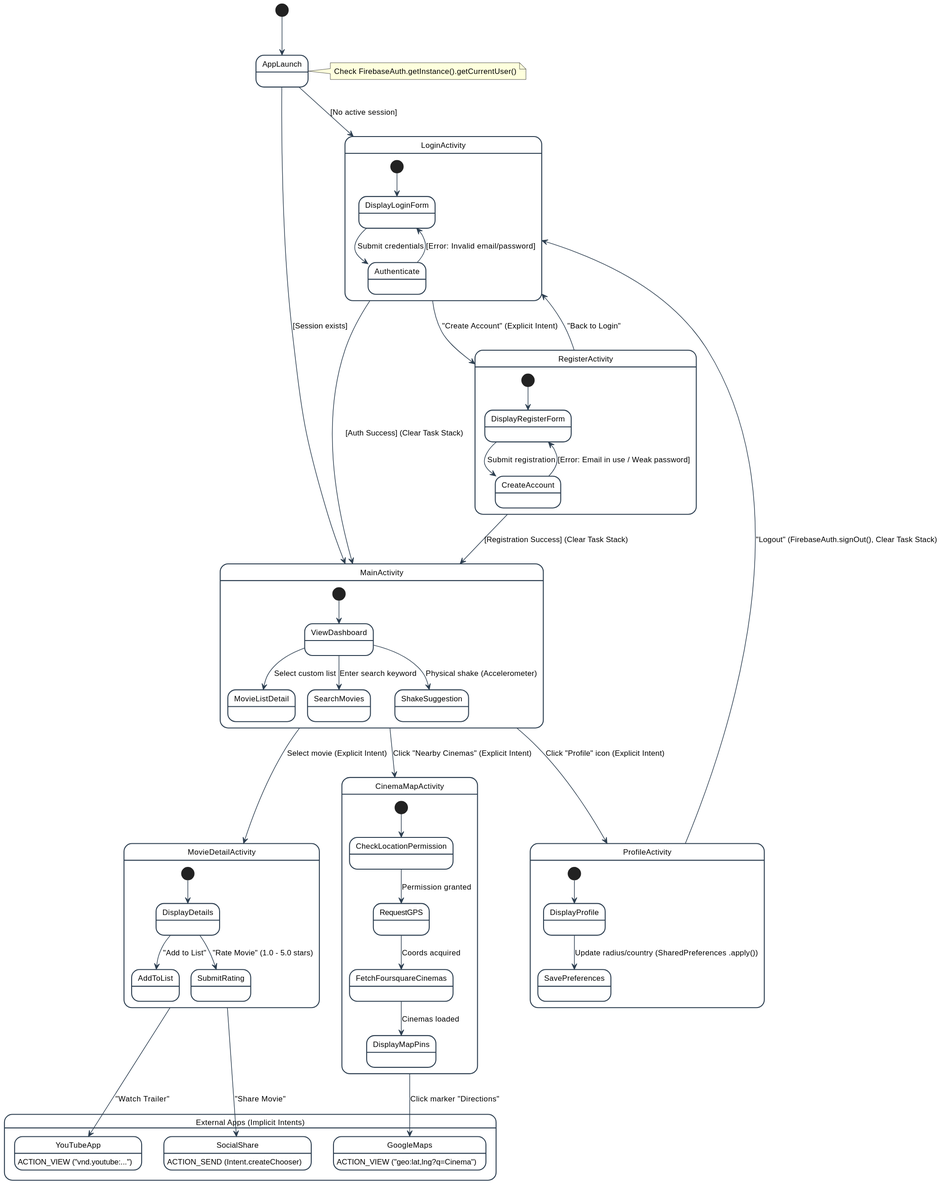
Earlier version of the PlantUML export docs/global-artifacts/svg/ui_flow.svg (Andre-1240567/DSSMV_ProjectDroid_1240567_1241013).
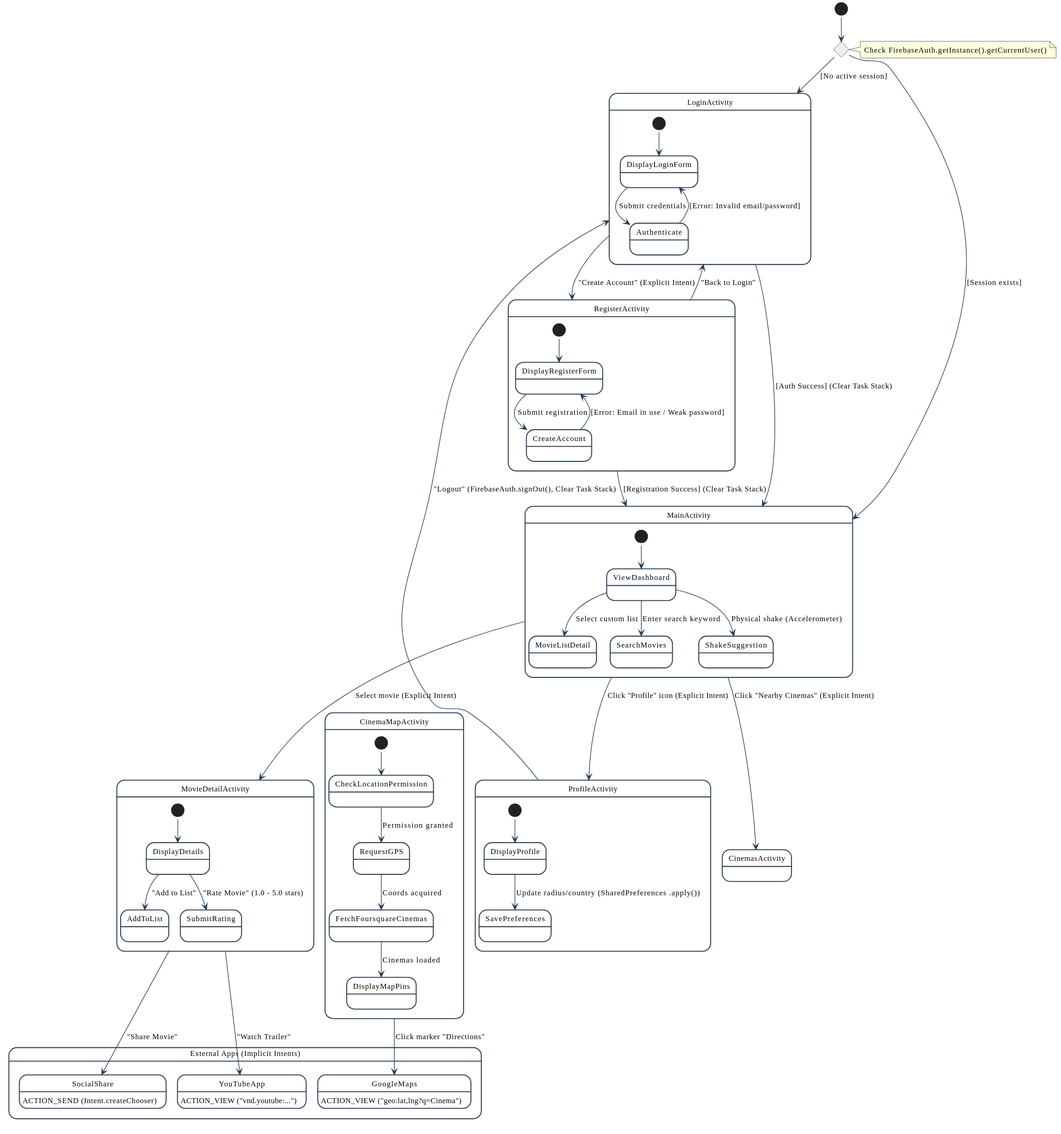
The same file after the commit.

Diff of the diagram source:
```diff
@@ -1,5 +1,4 @@
 @startuml
-skinparam handwritten false
 skinparam monochrome false
 skinparam shadowing false
 skinparam defaultFontName "Helvetica, Arial, sans-serif"
@@ -47,7 +46,7 @@
 }
 
 MainActivity --> MovieDetailActivity : Select movie (Explicit Intent)
-MainActivity --> CinemaMapActivity : Click "Nearby Cinemas" (Explicit Intent)
+MainActivity --> CinemasActivity : Click "Nearby Cinemas" (Explicit Intent)
 MainActivity --> ProfileActivity : Click "Profile" icon (Explicit Intent)
 
 state MovieDetailActivity {
```
